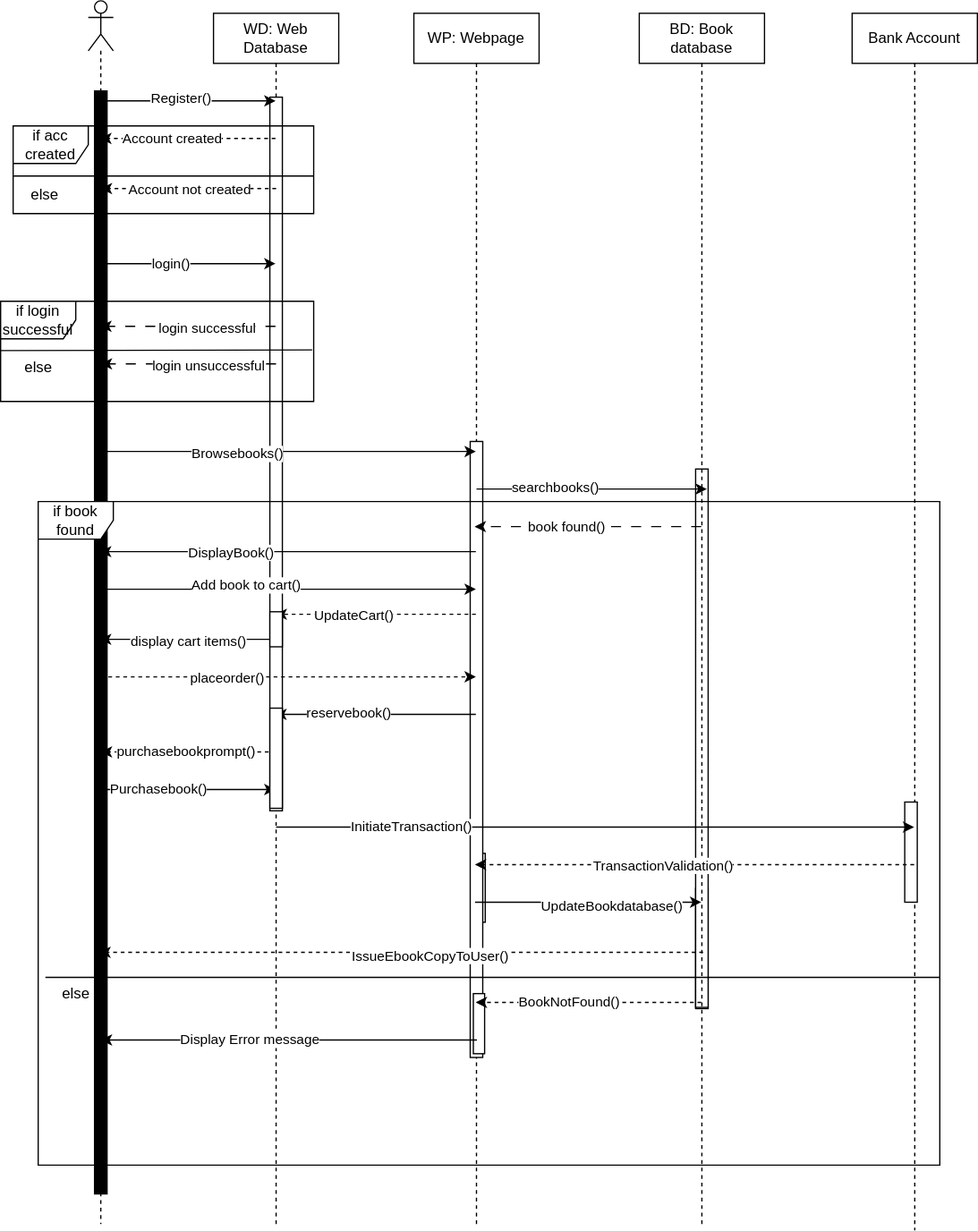
Earlier version of the draw.io export Object Oriented Programming/sequencediagram.drawio.svg (benir-o/Computer-Science-Library). Source tidied: cells renumbered, new cells last; positions are measured from the earlier drawing's top-left corner, leaving out a move shared by most shapes.
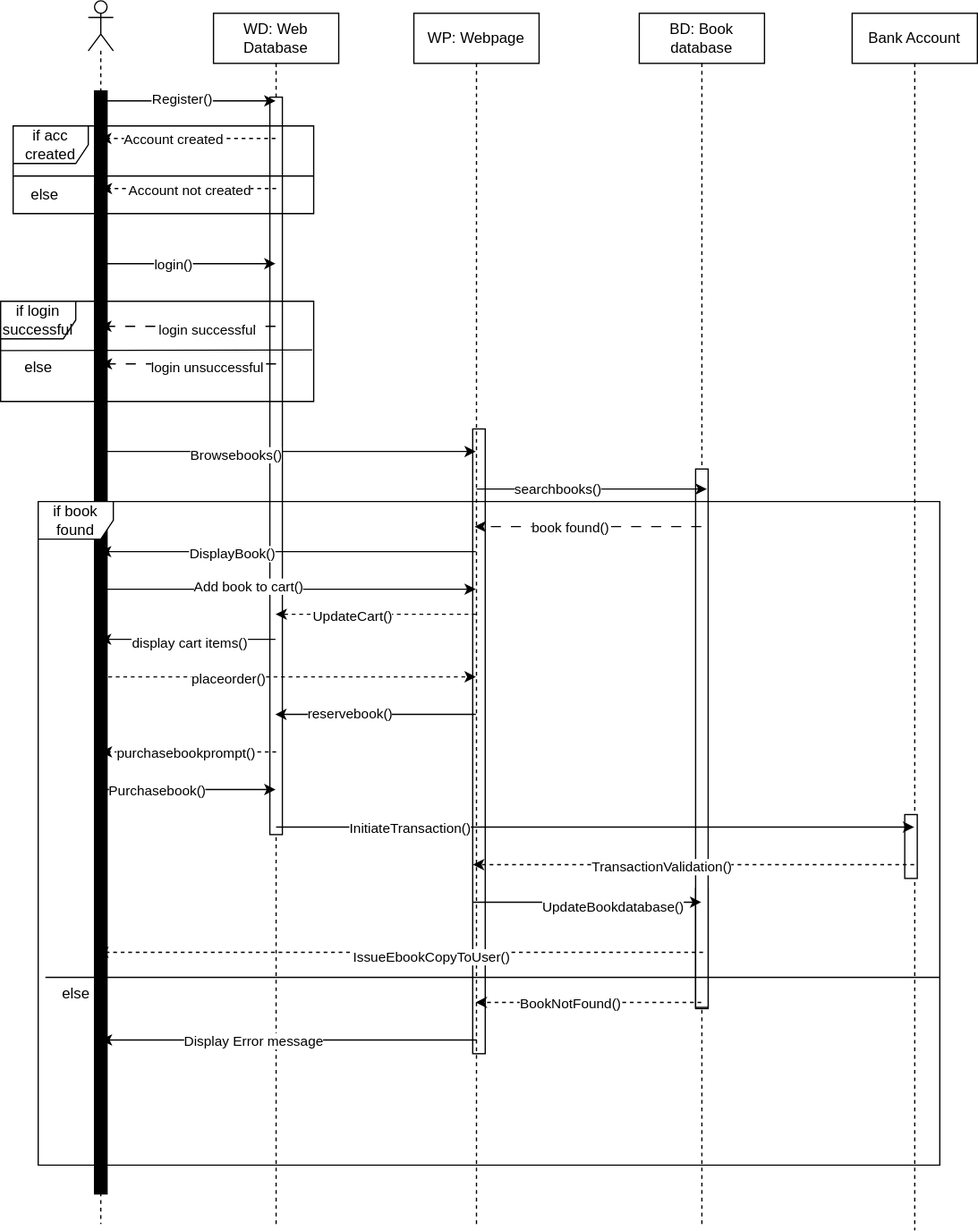
Later version of the same file.

Commit message:
sequence diagram

Diff of the diagram source:
```diff
@@ -2,8 +2,11 @@
   <root>
     <mxCell id="0" />
     <mxCell id="1" parent="0" />
+    <mxCell id="12" value="BD: Book database" style="shape=umlLifeline;perimeter=lifelinePerimeter;whiteSpace=wrap;html=1;newEdgeStyle={&quot;curved&quot;:0,&quot;rounded&quot;:0};" parent="1" vertex="1">
+      <mxGeometry x="510" y="10" width="100" height="970" as="geometry" />
+    </mxCell>
     <mxCell id="2" style="html=1;perimeter=orthogonalPerimeter;targetShapes=umlLifeline;newEdgeStyle={&quot;curved&quot;:0,&quot;rounded&quot;:0};fillColor=light-dark(#FFFFFF,#3333FF);strokeColor=light-dark(#000000,#3333FF);" parent="1" vertex="1">
-      <mxGeometry x="377" y="681" width="10" height="55" as="geometry" />
+      <mxGeometry x="377" y="342" width="10" height="499" as="geometry" />
     </mxCell>
     <mxCell id="3" style="html=1;perimeter=orthogonalPerimeter;targetShapes=umlLifeline;newEdgeStyle={&quot;curved&quot;:0,&quot;rounded&quot;:0};strokeColor=light-dark(#000000,#3333FF);fillColor=light-dark(#FFFFFF,#0000FF);" parent="1" vertex="1">
       <mxGeometry x="555" y="709" width="10" height="96" as="geometry" />
@@ -11,30 +14,21 @@
     <mxCell id="4" style="html=1;perimeter=orthogonalPerimeter;targetShapes=umlLifeline;newEdgeStyle={&quot;curved&quot;:0,&quot;rounded&quot;:0};strokeColor=light-dark(#000000,#0000FF);gradientColor=none;fillColor=light-dark(#FFFFFF,#3333FF);" parent="1" vertex="1">
       <mxGeometry x="555" y="374" width="10" height="430" as="geometry" />
     </mxCell>
-    <mxCell id="5" style="html=1;perimeter=orthogonalPerimeter;targetShapes=umlLifeline;newEdgeStyle={&quot;curved&quot;:0,&quot;rounded&quot;:0};fillColor=light-dark(#000000,#3333FF);" parent="1" vertex="1">
+    <mxCell id="5" style="html=1;perimeter=orthogonalPerimeter;targetShapes=umlLifeline;newEdgeStyle={&quot;curved&quot;:0,&quot;rounded&quot;:0};fillColor=light-dark(#000000,#3333FF);strokeColor=light-dark(#000000,#3333FF);" parent="1" vertex="1">
       <mxGeometry x="75" y="72" width="10" height="881" as="geometry" />
     </mxCell>
-    <mxCell id="6" style="shape=umlLifeline;perimeter=lifelinePerimeter;whiteSpace=wrap;html=1;outlineConnect=0;portConstraint=eastwest;newEdgeStyle={&quot;curved&quot;:0,&quot;rounded&quot;:0};participant=umlActor;" parent="1" vertex="1">
+    <mxCell id="6" style="shape=umlLifeline;perimeter=lifelinePerimeter;whiteSpace=wrap;html=1;outlineConnect=0;portConstraint=eastwest;newEdgeStyle={&quot;curved&quot;:0,&quot;rounded&quot;:0};participant=umlActor;strokeColor=light-dark(#000000,#FFFFFF);fillColor=light-dark(#FFFFFF,#3333FF);" parent="1" vertex="1">
       <mxGeometry x="70" width="20" height="977" as="geometry" />
     </mxCell>
     <mxCell id="7" value="WD: Web Database" style="shape=umlLifeline;perimeter=lifelinePerimeter;whiteSpace=wrap;html=1;outlineConnect=0;portConstraint=eastwest;newEdgeStyle={&quot;curved&quot;:0,&quot;rounded&quot;:0};" parent="1" vertex="1">
       <mxGeometry x="170" y="10" width="100" height="970" as="geometry" />
     </mxCell>
-    <mxCell id="8" style="html=1;perimeter=orthogonalPerimeter;targetShapes=umlLifeline;newEdgeStyle={&quot;curved&quot;:0,&quot;rounded&quot;:0};fillColor=light-dark(#FFFFFF,#0000FF);" parent="7" vertex="1">
-      <mxGeometry x="45" y="67" width="10" height="570" as="geometry" />
+    <mxCell id="8" style="html=1;perimeter=orthogonalPerimeter;targetShapes=umlLifeline;newEdgeStyle={&quot;curved&quot;:0,&quot;rounded&quot;:0};fillColor=light-dark(#FFFFFF,#3333FF);strokeColor=light-dark(#000000,#3333FF);" parent="7" vertex="1">
+      <mxGeometry x="45" y="67" width="10" height="589" as="geometry" />
     </mxCell>
     <mxCell id="9" value="WP: Webpage" style="shape=umlLifeline;perimeter=lifelinePerimeter;whiteSpace=wrap;html=1;outlineConnect=0;portConstraint=eastwest;newEdgeStyle={&quot;curved&quot;:0,&quot;rounded&quot;:0};fillColor=light-dark(#FFFFFF,#000000);strokeColor=light-dark(#000000,#3333FF);" parent="1" vertex="1">
       <mxGeometry x="330" y="10" width="100" height="968" as="geometry" />
     </mxCell>
-    <mxCell id="10" style="html=1;perimeter=orthogonalPerimeter;targetShapes=umlLifeline;newEdgeStyle={&quot;curved&quot;:0,&quot;rounded&quot;:0};strokeColor=light-dark(#000000,#3333FF);fillColor=light-dark(#FFFFFF,#3333FF);" parent="9" vertex="1">
-      <mxGeometry x="45" y="342" width="10" height="492" as="geometry" />
-    </mxCell>
-    <mxCell id="11" style="html=1;perimeter=orthogonalPerimeter;targetShapes=umlLifeline;newEdgeStyle={&quot;curved&quot;:0,&quot;rounded&quot;:0};strokeColor=light-dark(#000000,#0000FF);fillColor=light-dark(#FFFFFF,#0000FF);" parent="9" vertex="1">
-      <mxGeometry x="47.5" y="783" width="9" height="48" as="geometry" />
-    </mxCell>
-    <mxCell id="12" value="BD: Book database" style="shape=umlLifeline;perimeter=lifelinePerimeter;whiteSpace=wrap;html=1;newEdgeStyle={&quot;curved&quot;:0,&quot;rounded&quot;:0};" parent="1" vertex="1">
-      <mxGeometry x="510" y="10" width="100" height="970" as="geometry" />
-    </mxCell>
     <mxCell id="13" style="endArrow=classic;html=1;" parent="1" edge="1">
       <mxGeometry relative="1" as="geometry">
         <mxPoint x="80" y="80" as="sourcePoint" />
@@ -71,7 +65,7 @@
       <mxGeometry x="680" y="10" width="100" height="972" as="geometry" />
     </mxCell>
     <mxCell id="21" style="html=1;perimeter=orthogonalPerimeter;targetShapes=umlLifeline;newEdgeStyle={&quot;curved&quot;:0,&quot;rounded&quot;:0};strokeColor=light-dark(#000000,#3333FF);fillColor=light-dark(#FFFFFF,#3333FF);" parent="20" vertex="1">
-      <mxGeometry x="42" y="630" width="10" height="80" as="geometry" />
+      <mxGeometry x="42" y="640" width="10" height="51" as="geometry" />
     </mxCell>
     <mxCell id="22" style="endArrow=classic;html=1;" parent="1" edge="1" target="7">
       <mxGeometry relative="1" as="geometry">
@@ -272,12 +266,6 @@
     <mxCell id="65" value="else" style="text;html=1;align=center;verticalAlign=middle;strokeColor=none;fillColor=none;" parent="1" vertex="1">
       <mxGeometry x="35" y="778" width="50" height="30" as="geometry" />
     </mxCell>
-    <mxCell id="66" style="html=1;perimeter=orthogonalPerimeter;targetShapes=umlLifeline;newEdgeStyle={&quot;curved&quot;:0,&quot;rounded&quot;:0};fillColor=light-dark(#FFFFFF,#3333FF);" parent="1" vertex="1">
-      <mxGeometry x="215" y="488" width="10" height="28" as="geometry" />
-    </mxCell>
-    <mxCell id="67" style="html=1;perimeter=orthogonalPerimeter;targetShapes=umlLifeline;newEdgeStyle={&quot;curved&quot;:0,&quot;rounded&quot;:0};fillColor=light-dark(#FFFFFF,#3333FF);" parent="1" vertex="1">
-      <mxGeometry x="215" y="565" width="10" height="80" as="geometry" />
-    </mxCell>
     <mxCell id="68" value="if login successful" style="shape=umlFrame;whiteSpace=wrap;html=1;" parent="1" vertex="1">
       <mxGeometry y="240" width="250" height="80" as="geometry" />
     </mxCell>
```
